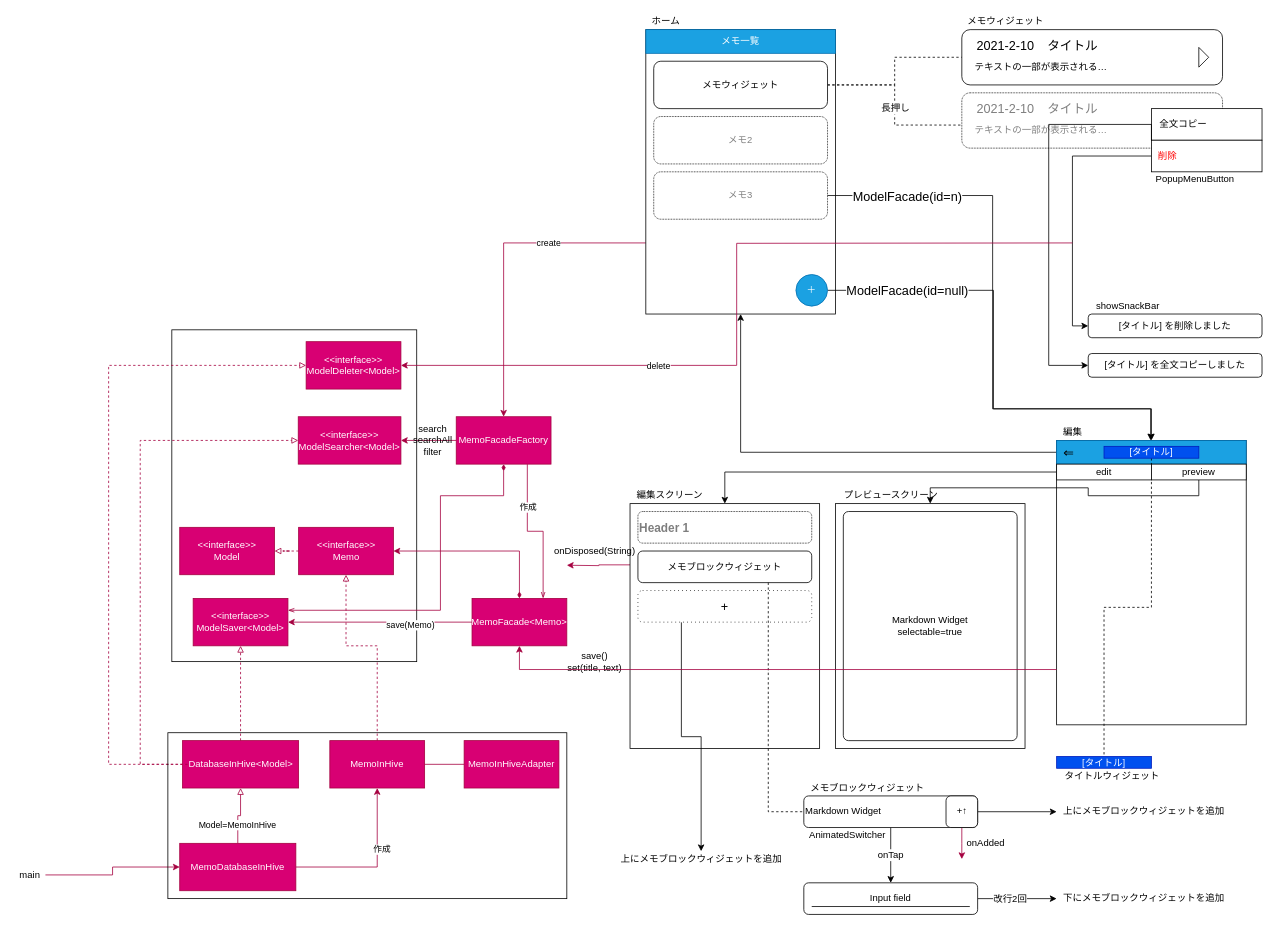
This is screen.dio from SakumaTakuya/chat_like_markup, a draw.io file, before an edit. Source tidied: cells renumbered, new cells numbered last; positions are measured from the earlier drawing's top-left corner, leaving out a move shared by most shapes. Both pictures are drawn from the tidied source at 79%, with x=0, y=0 at pixel (13, 13).
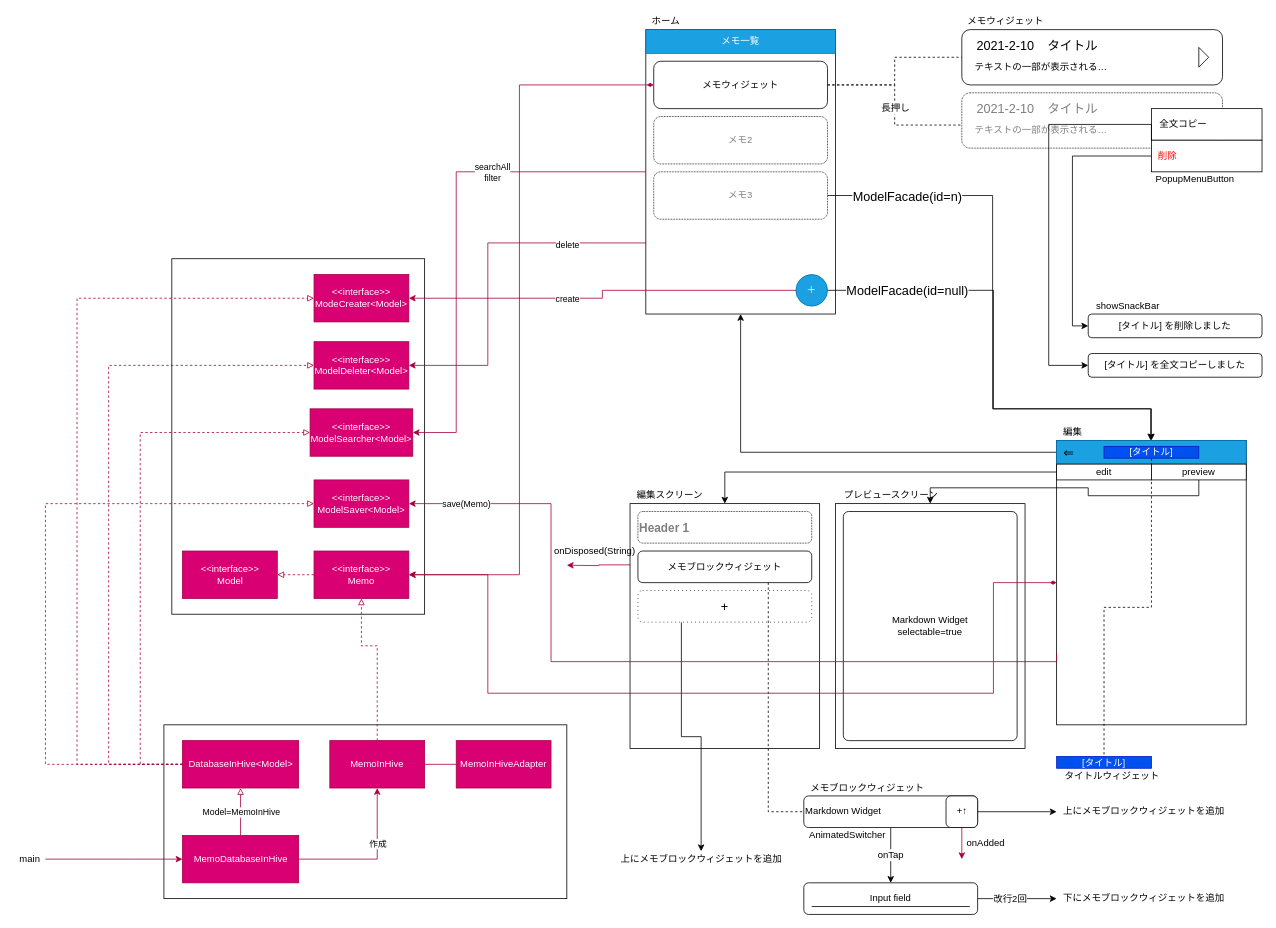
The same page after the edit.

Unchanged cells that the change refers to:
```xml
<mxCell id="8" style="rounded=0;whiteSpace=wrap;html=1;" parent="1" vertex="1">
  <mxGeometry x="800" y="20" width="240" height="360" as="geometry" />
</mxCell>
<mxCell id="13" value="メモウィジェット" style="rounded=1;whiteSpace=wrap;html=1;" parent="1" vertex="1">
  <mxGeometry x="810" y="60" width="220" height="60" as="geometry" />
</mxCell>
<mxCell id="22" value="＋" style="ellipse;whiteSpace=wrap;html=1;fillColor=#1ba1e2;strokeColor=#006EAF;fontColor=#ffffff;" parent="1" vertex="1">
  <mxGeometry x="990" y="330" width="40" height="40" as="geometry" />
</mxCell>
<mxCell id="43" style="rounded=0;whiteSpace=wrap;html=1;" parent="1" vertex="1">
  <mxGeometry x="1320" y="540" width="240" height="360" as="geometry" />
</mxCell>
<mxCell id="86" value="DatabaseInHive&amp;lt;Model&amp;gt;" style="rounded=0;whiteSpace=wrap;html=1;fillColor=#d80073;strokeColor=#A50040;fontColor=#ffffff;" parent="1" vertex="1">
  <mxGeometry x="213.5" y="920" width="147" height="60" as="geometry" />
</mxCell>
<mxCell id="90" value="MemoInHive" style="rounded=0;whiteSpace=wrap;html=1;fillColor=#d80073;strokeColor=#A50040;fontColor=#ffffff;" parent="1" vertex="1">
  <mxGeometry x="400" y="920" width="120" height="60" as="geometry" />
</mxCell>
<mxCell id="108" style="edgeStyle=orthogonalEdgeStyle;rounded=0;jettySize=auto;html=1;exitX=0.5;exitY=0;exitDx=0;exitDy=0;entryX=0.5;entryY=1;entryDx=0;entryDy=0;startArrow=none;startFill=0;endArrow=block;endFill=0;fillColor=#d80073;strokeColor=#A50040;" parent="1" edge="1" source="113" target="86">
  <mxGeometry relative="1" as="geometry" />
</mxCell>
<mxCell id="110" style="edgeStyle=orthogonalEdgeStyle;rounded=0;jettySize=auto;html=1;exitX=1;exitY=0.5;exitDx=0;exitDy=0;entryX=0.5;entryY=1;entryDx=0;entryDy=0;startArrow=none;startFill=0;endArrow=classic;endFill=1;fillColor=#d80073;strokeColor=#A50040;" parent="1" edge="1" source="113" target="90">
  <mxGeometry relative="1" as="geometry" />
</mxCell>
```

Diff of the diagram source:
```diff
@@
+    <mxCell id="115" style="rounded=0;whiteSpace=wrap;html=1;fillColor=none;" parent="1" vertex="1">
+      <mxGeometry x="190" y="900" width="510" height="220" as="geometry" />
+    </mxCell>
     <mxCell id="2" style="rounded=0;whiteSpace=wrap;html=1;fillColor=none;" parent="1" vertex="1">
-      <mxGeometry x="200" y="400" width="310" height="420" as="geometry" />
+      <mxGeometry x="200" y="310" width="320" height="450" as="geometry" />
     </mxCell>
@@
-    <mxCell id="6" style="edgeStyle=orthogonalEdgeStyle;rounded=0;jettySize=auto;html=1;exitX=0;exitY=0.75;exitDx=0;exitDy=0;entryX=0.5;entryY=0;entryDx=0;entryDy=0;startArrow=none;startFill=0;endArrow=classic;endFill=1;fillColor=#d80073;strokeColor=#A50040;" parent="1" edge="1" source="8" target="96">
-      <mxGeometry relative="1" as="geometry" />
-    </mxCell>
-    <mxCell id="7" value="create" style="edgeLabel;html=1;align=center;verticalAlign=middle;" parent="6" vertex="1">
-      <mxGeometry x="-0.38" relative="1" as="geometry" />
-    </mxCell>
+    <mxCell id="116" style="edgeStyle=orthogonalEdgeStyle;rounded=0;jettySize=auto;html=1;exitX=0;exitY=0.75;exitDx=0;exitDy=0;entryX=1;entryY=0.5;entryDx=0;entryDy=0;startArrow=none;startFill=0;fillColor=#d80073;strokeColor=#A50040;" parent="1" edge="1" source="8" target="105">
+      <mxGeometry relative="1" as="geometry">
+        <Array as="points">
+          <mxPoint x="600" y="290" />
+          <mxPoint x="600" y="445" />
+        </Array>
+      </mxGeometry>
+    </mxCell>
+    <mxCell id="104" value="delete" style="edgeLabel;html=1;align=center;verticalAlign=middle;" parent="116" vertex="1">
+      <mxGeometry x="-0.46" y="2" relative="1" as="geometry">
+        <mxPoint x="23" as="offset" />
+      </mxGeometry>
+    </mxCell>
@@
+    <mxCell id="117" style="edgeStyle=orthogonalEdgeStyle;rounded=0;jettySize=auto;html=1;exitX=0;exitY=0.5;exitDx=0;exitDy=0;entryX=1;entryY=0.5;entryDx=0;entryDy=0;fillColor=#d80073;strokeColor=#A50040;startArrow=diamondThin;startFill=1;" parent="1" edge="1" source="13" target="80">
+      <mxGeometry relative="1" as="geometry">
+        <Array as="points">
+          <mxPoint x="640" y="90" />
+          <mxPoint x="640" y="710" />
+        </Array>
+      </mxGeometry>
+    </mxCell>
@@
-    <mxCell id="78" style="edgeStyle=orthogonalEdgeStyle;rounded=0;jettySize=auto;html=1;exitX=1;exitY=0.5;exitDx=0;exitDy=0;entryX=0.5;entryY=0;entryDx=0;entryDy=0;endArrow=diamondThin;endFill=1;startArrow=classic;startFill=1;fillColor=#d80073;strokeColor=#A50040;" parent="1" edge="1" source="80" target="83">
-      <mxGeometry relative="1" as="geometry" />
-    </mxCell>
@@
     <mxCell id="80" value="&amp;lt;&amp;lt;interface&amp;gt;&amp;gt;&lt;br&gt;Memo" style="rounded=0;whiteSpace=wrap;html=1;fillColor=#d80073;strokeColor=#A50040;fontColor=#ffffff;" parent="1" vertex="1">
-      <mxGeometry x="360.5" y="650" width="120" height="60" as="geometry" />
+      <mxGeometry x="380" y="680" width="120" height="60" as="geometry" />
     </mxCell>
-    <mxCell id="81" style="edgeStyle=orthogonalEdgeStyle;rounded=0;jettySize=auto;html=1;exitX=0;exitY=0.5;exitDx=0;exitDy=0;entryX=1;entryY=0.5;entryDx=0;entryDy=0;startArrow=none;startFill=0;endArrow=classic;endFill=1;fillColor=#d80073;strokeColor=#A50040;" parent="1" edge="1" source="83" target="97">
-      <mxGeometry relative="1" as="geometry" />
+    <mxCell id="81" style="edgeStyle=orthogonalEdgeStyle;rounded=0;jettySize=auto;html=1;exitX=0;exitY=0.75;exitDx=0;exitDy=0;entryX=1;entryY=0.5;entryDx=0;entryDy=0;startArrow=none;startFill=0;endArrow=classic;endFill=1;fillColor=#d80073;strokeColor=#A50040;" parent="1" edge="1" source="43" target="97">
+      <mxGeometry relative="1" as="geometry">
+        <Array as="points">
+          <mxPoint x="1320" y="820" />
+          <mxPoint x="680" y="820" />
+          <mxPoint x="680" y="620" />
+        </Array>
+      </mxGeometry>
     </mxCell>
     <mxCell id="82" value="save(Memo)" style="edgeLabel;html=1;align=center;verticalAlign=middle;" parent="81" vertex="1">
-      <mxGeometry x="-0.32" y="3" relative="1" as="geometry" />
+      <mxGeometry x="-0.32" y="3" relative="1" as="geometry">
+        <mxPoint x="-408" y="-203" as="offset" />
+      </mxGeometry>
     </mxCell>
-    <mxCell id="83" value="MemoFacade&amp;lt;Memo&amp;gt;" style="rounded=0;whiteSpace=wrap;html=1;fillColor=#d80073;strokeColor=#A50040;fontColor=#ffffff;" parent="1" vertex="1">
-      <mxGeometry x="580" y="740" width="120" height="60" as="geometry" />
-    </mxCell>
-    <mxCell id="84" style="edgeStyle=orthogonalEdgeStyle;rounded=0;jettySize=auto;html=1;exitX=0.5;exitY=0;exitDx=0;exitDy=0;dashed=1;startArrow=none;startFill=0;endArrow=block;endFill=0;fillColor=#d80073;strokeColor=#A50040;" parent="1" edge="1" source="86" target="97">
-      <mxGeometry relative="1" as="geometry" />
+    <mxCell id="84" style="edgeStyle=orthogonalEdgeStyle;rounded=0;jettySize=auto;html=1;exitX=0;exitY=0.5;exitDx=0;exitDy=0;dashed=1;startArrow=none;startFill=0;endArrow=block;endFill=0;fillColor=#d80073;strokeColor=#A50040;entryX=0;entryY=0.5;entryDx=0;entryDy=0;" parent="1" edge="1" source="86" target="97">
+      <mxGeometry relative="1" as="geometry">
+        <Array as="points">
+          <mxPoint x="40" y="950" />
+          <mxPoint x="40" y="620" />
+        </Array>
+      </mxGeometry>
     </mxCell>
     <mxCell id="85" style="edgeStyle=orthogonalEdgeStyle;rounded=0;jettySize=auto;html=1;exitX=0;exitY=0.5;exitDx=0;exitDy=0;entryX=0;entryY=0.5;entryDx=0;entryDy=0;startArrow=none;startFill=0;endArrow=block;endFill=0;dashed=1;fillColor=#d80073;strokeColor=#A50040;" parent="1" edge="1" source="86" target="98">
       <mxGeometry relative="1" as="geometry">
         <Array as="points">
           <mxPoint x="160" y="950" />
-          <mxPoint x="160" y="540" />
+          <mxPoint x="160" y="530" />
         </Array>
       </mxGeometry>
     </mxCell>
@@
-    <mxCell id="87" value="save()&lt;br&gt;set(title, text)" style="text;html=1;align=center;verticalAlign=middle;" parent="1" vertex="1">
-      <mxGeometry x="695" y="805" width="80" height="30" as="geometry" />
-    </mxCell>
     <mxCell id="88" style="edgeStyle=orthogonalEdgeStyle;rounded=0;jettySize=auto;html=1;exitX=0.5;exitY=0;exitDx=0;exitDy=0;entryX=0.5;entryY=1;entryDx=0;entryDy=0;startArrow=none;startFill=0;endArrow=block;endFill=0;dashed=1;fillColor=#d80073;strokeColor=#A50040;" parent="1" edge="1" source="90" target="80">
       <mxGeometry relative="1" as="geometry">
         <Array as="points">
           <mxPoint x="460" y="800" />
-          <mxPoint x="421" y="800" />
+          <mxPoint x="440" y="800" />
         </Array>
       </mxGeometry>
     </mxCell>
@@
     <mxCell id="91" value="MemoInHiveAdapter" style="rounded=0;whiteSpace=wrap;html=1;fillColor=#d80073;strokeColor=#A50040;fontColor=#ffffff;" parent="1" vertex="1">
-      <mxGeometry x="570" y="920" width="120" height="60" as="geometry" />
+      <mxGeometry x="560" y="920" width="120" height="60" as="geometry" />
     </mxCell>
-    <mxCell id="92" style="edgeStyle=orthogonalEdgeStyle;rounded=0;jettySize=auto;html=1;exitX=0.75;exitY=1;exitDx=0;exitDy=0;entryX=0.75;entryY=0;entryDx=0;entryDy=0;startArrow=none;startFill=0;endArrow=openThin;endFill=0;fillColor=#d80073;strokeColor=#A50040;" parent="1" edge="1" source="96" target="83">
-      <mxGeometry relative="1" as="geometry" />
-    </mxCell>
-    <mxCell id="93" value="作成" style="edgeLabel;html=1;align=center;verticalAlign=middle;" parent="92" vertex="1">
-      <mxGeometry x="-0.43" relative="1" as="geometry" />
-    </mxCell>
-    <mxCell id="94" style="edgeStyle=orthogonalEdgeStyle;rounded=0;jettySize=auto;html=1;exitX=0;exitY=0.5;exitDx=0;exitDy=0;entryX=1;entryY=0.5;entryDx=0;entryDy=0;startArrow=none;startFill=0;endArrow=classic;endFill=1;fillColor=#d80073;strokeColor=#A50040;" parent="1" edge="1" source="96" target="98">
-      <mxGeometry relative="1" as="geometry" />
+    <mxCell id="94" style="edgeStyle=orthogonalEdgeStyle;rounded=0;jettySize=auto;html=1;exitX=0;exitY=0.5;exitDx=0;exitDy=0;entryX=1;entryY=0.5;entryDx=0;entryDy=0;startArrow=none;startFill=0;endArrow=classic;endFill=1;fillColor=#d80073;strokeColor=#A50040;" parent="1" edge="1" source="8" target="98">
+      <mxGeometry relative="1" as="geometry">
+        <Array as="points">
+          <mxPoint x="560" y="200" />
+          <mxPoint x="560" y="530" />
+        </Array>
+      </mxGeometry>
     </mxCell>
-    <mxCell id="95" style="edgeStyle=orthogonalEdgeStyle;rounded=0;jettySize=auto;html=1;exitX=0.5;exitY=1;exitDx=0;exitDy=0;entryX=1;entryY=0.25;entryDx=0;entryDy=0;startArrow=diamondThin;startFill=1;endArrow=openThin;endFill=0;fillColor=#d80073;strokeColor=#A50040;" parent="1" edge="1" source="96" target="97">
-      <mxGeometry relative="1" as="geometry">
-        <Array as="points">
-          <mxPoint x="620" y="610" />
-          <mxPoint x="540" y="610" />
-          <mxPoint x="540" y="755" />
-        </Array>
-      </mxGeometry>
-    </mxCell>
-    <mxCell id="96" value="MemoFacadeFactory" style="rounded=0;whiteSpace=wrap;html=1;fillColor=#d80073;strokeColor=#A50040;fontColor=#ffffff;" parent="1" vertex="1">
-      <mxGeometry x="560" y="510" width="120" height="60" as="geometry" />
-    </mxCell>
+    <mxCell id="118" value="searchAll&lt;br&gt;filter" style="edgeLabel;html=1;align=center;verticalAlign=middle;" parent="94" vertex="1">
+      <mxGeometry x="-0.25" y="-2" relative="1" as="geometry">
+        <mxPoint x="39" y="2" as="offset" />
+      </mxGeometry>
+    </mxCell>
     <mxCell id="97" value="&amp;lt;&amp;lt;interface&amp;gt;&amp;gt;&lt;br&gt;ModelSaver&amp;lt;Model&amp;gt;" style="rounded=0;whiteSpace=wrap;html=1;fillColor=#d80073;strokeColor=#A50040;fontColor=#ffffff;" parent="1" vertex="1">
-      <mxGeometry x="227" y="740" width="120" height="60" as="geometry" />
+      <mxGeometry x="380" y="590" width="120" height="60" as="geometry" />
     </mxCell>
     <mxCell id="98" value="&amp;lt;&amp;lt;interface&amp;gt;&amp;gt;&lt;br&gt;ModelSearcher&amp;lt;Model&amp;gt;" style="rounded=0;whiteSpace=wrap;html=1;fillColor=#d80073;strokeColor=#A50040;fontColor=#ffffff;" parent="1" vertex="1">
-      <mxGeometry x="360" y="510" width="130" height="60" as="geometry" />
+      <mxGeometry x="375" y="500" width="130" height="60" as="geometry" />
     </mxCell>
-    <mxCell id="99" value="search&lt;br&gt;searchAll&lt;br&gt;filter" style="text;html=1;align=center;verticalAlign=middle;" parent="1" vertex="1">
-      <mxGeometry x="500" y="515" width="60" height="50" as="geometry" />
-    </mxCell>
     <mxCell id="100" value="&amp;lt;&amp;lt;interface&amp;gt;&amp;gt;&lt;br&gt;Model" style="rounded=0;whiteSpace=wrap;html=1;fillColor=#d80073;strokeColor=#A50040;fontColor=#ffffff;" parent="1" vertex="1">
-      <mxGeometry x="210" y="650" width="120" height="60" as="geometry" />
+      <mxGeometry x="213.5" y="680" width="120" height="60" as="geometry" />
     </mxCell>
-    <mxCell id="101" style="edgeStyle=orthogonalEdgeStyle;rounded=0;jettySize=auto;html=1;startArrow=none;startFill=0;endArrow=classic;endFill=1;fillColor=#d80073;strokeColor=#A50040;" parent="1" edge="1" source="43" target="83">
+    <mxCell id="101" style="edgeStyle=orthogonalEdgeStyle;rounded=0;jettySize=auto;html=1;startArrow=diamondThin;startFill=1;endArrow=classic;endFill=1;fillColor=#d80073;strokeColor=#A50040;exitX=0;exitY=0.5;exitDx=0;exitDy=0;entryX=1;entryY=0.5;entryDx=0;entryDy=0;" parent="1" edge="1" source="43" target="80">
       <mxGeometry relative="1" as="geometry">
         <Array as="points">
-          <mxPoint x="640" y="830" />
+          <mxPoint x="1240" y="720" />
+          <mxPoint x="1240" y="860" />
+          <mxPoint x="600" y="860" />
+          <mxPoint x="600" y="710" />
         </Array>
       </mxGeometry>
     </mxCell>
@@
-    <mxCell id="103" style="edgeStyle=orthogonalEdgeStyle;rounded=0;jettySize=auto;html=1;entryX=1;entryY=0.5;entryDx=0;entryDy=0;startArrow=none;startFill=0;endArrow=classic;endFill=1;fillColor=#d80073;strokeColor=#A50040;" parent="1" edge="1" target="105">
-      <mxGeometry relative="1" as="geometry">
-        <mxPoint x="1340" y="290" as="sourcePoint" />
-      </mxGeometry>
-    </mxCell>
-    <mxCell id="104" value="delete" style="edgeLabel;html=1;align=center;verticalAlign=middle;" parent="103" vertex="1">
-      <mxGeometry x="0.32" y="-1" relative="1" as="geometry">
-        <mxPoint x="-16" y="1" as="offset" />
-      </mxGeometry>
-    </mxCell>
     <mxCell id="105" value="&amp;lt;&amp;lt;interface&amp;gt;&amp;gt;&lt;br&gt;ModelDeleter&amp;lt;Model&amp;gt;" style="rounded=0;whiteSpace=wrap;html=1;fillColor=#d80073;strokeColor=#A50040;fontColor=#ffffff;" parent="1" vertex="1">
-      <mxGeometry x="370" y="415" width="120" height="60" as="geometry" />
+      <mxGeometry x="380" y="415" width="120" height="60" as="geometry" />
     </mxCell>
@@
     <mxCell id="109" value="Model=MemoInHive" style="edgeLabel;html=1;align=center;verticalAlign=middle;" parent="108" vertex="1">
-      <mxGeometry x="-0.34" y="1" relative="1" as="geometry" />
+      <mxGeometry x="-0.34" y="1" relative="1" as="geometry">
+        <mxPoint x="1" y="-10" as="offset" />
+      </mxGeometry>
     </mxCell>
@@
     <mxCell id="111" value="作成" style="edgeLabel;html=1;align=center;verticalAlign=middle;" parent="110" vertex="1">
-      <mxGeometry x="0.24" y="-5" relative="1" as="geometry" />
+      <mxGeometry x="0.24" y="-5" relative="1" as="geometry">
+        <mxPoint x="-5" y="-2.5" as="offset" />
+      </mxGeometry>
     </mxCell>
     <mxCell id="112" style="edgeStyle=orthogonalEdgeStyle;rounded=0;jettySize=auto;html=1;exitX=0;exitY=0.5;exitDx=0;exitDy=0;startArrow=classic;startFill=1;endArrow=none;endFill=0;fillColor=#d80073;strokeColor=#A50040;" parent="1" edge="1" source="113" target="114">
-      <mxGeometry relative="1" as="geometry" />
+      <mxGeometry relative="1" as="geometry">
+        <Array as="points">
+          <mxPoint x="150" y="1070" />
+          <mxPoint x="150" y="1070" />
+        </Array>
+      </mxGeometry>
     </mxCell>
     <mxCell id="113" value="MemoDatabaseInHive" style="rounded=0;whiteSpace=wrap;html=1;fillColor=#d80073;strokeColor=#A50040;fontColor=#ffffff;" parent="1" vertex="1">
-      <mxGeometry x="210" y="1050" width="147" height="60" as="geometry" />
+      <mxGeometry x="213.5" y="1040" width="147" height="60" as="geometry" />
     </mxCell>
     <mxCell id="114" value="main" style="text;html=1;align=center;verticalAlign=middle;points=[];" parent="1" vertex="1">
-      <mxGeometry y="1080" width="40" height="20" as="geometry" />
+      <mxGeometry y="1060" width="40" height="20" as="geometry" />
     </mxCell>
-    <mxCell id="115" style="rounded=0;whiteSpace=wrap;html=1;fillColor=none;" parent="1" vertex="1">
-      <mxGeometry x="195" y="910" width="505" height="210" as="geometry" />
-    </mxCell>
+    <mxCell id="119" value="&amp;lt;&amp;lt;interface&amp;gt;&amp;gt;&lt;br&gt;ModeCreater&amp;lt;Model&amp;gt;" style="rounded=0;whiteSpace=wrap;html=1;fillColor=#d80073;strokeColor=#A50040;fontColor=#ffffff;" parent="1" vertex="1">
+      <mxGeometry x="380" y="330" width="120" height="60" as="geometry" />
+    </mxCell>
+    <mxCell id="120" style="edgeStyle=orthogonalEdgeStyle;rounded=0;jettySize=auto;html=1;exitX=0;exitY=0.5;exitDx=0;exitDy=0;entryX=0;entryY=0.5;entryDx=0;entryDy=0;startArrow=none;startFill=0;endArrow=block;endFill=0;dashed=1;fillColor=#d80073;strokeColor=#A50040;" parent="1" edge="1" source="86" target="119">
+      <mxGeometry relative="1" as="geometry">
+        <Array as="points">
+          <mxPoint x="80" y="950" />
+          <mxPoint x="80" y="360" />
+        </Array>
+      </mxGeometry>
+    </mxCell>
+    <mxCell id="6" style="edgeStyle=orthogonalEdgeStyle;rounded=0;jettySize=auto;html=1;startArrow=none;startFill=0;endArrow=classic;endFill=1;fillColor=#d80073;strokeColor=#A50040;" parent="1" edge="1" source="22" target="119">
+      <mxGeometry relative="1" as="geometry" />
+    </mxCell>
+    <mxCell id="7" value="create" style="edgeLabel;html=1;align=center;verticalAlign=middle;" parent="6" vertex="1">
+      <mxGeometry x="-0.38" relative="1" as="geometry">
+        <mxPoint x="-135" y="10" as="offset" />
+      </mxGeometry>
+    </mxCell>
```
